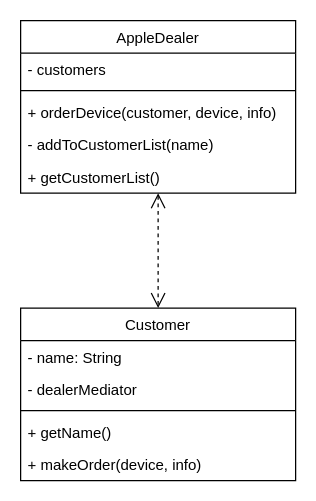
Before: page "Mediator" (6 of 20) of UML Diagrams.drawio in victor2996/Patterns, a draw.io diagram. Source tidied: cells renumbered, new cells numbered last; positions are measured from the earlier drawing's top-left corner, leaving out a move shared by most shapes. Both pictures are drawn from the tidied source at 125%, with x=0, y=0 at pixel (20, 20).
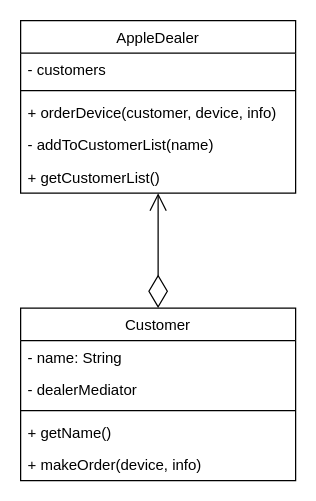
After the change.

Diff of the diagram source:
```diff
@@
 <mxGraphModel>
   <root>
     <mxCell id="0" />
     <mxCell id="1" parent="0" />
     <mxCell id="2" value="AppleDealer" style="swimlane;fontStyle=0;align=center;verticalAlign=top;horizontal=1;startSize=26;" parent="1" vertex="1">
       <mxGeometry width="220" height="138" as="geometry" />
     </mxCell>
     <mxCell id="3" value="- customers" style="text;strokeColor=none;fillColor=none;align=left;verticalAlign=top;spacingLeft=4;spacingRight=4;overflow=hidden;" parent="2" vertex="1">
       <mxGeometry y="26" width="220" height="26" as="geometry" />
     </mxCell>
     <mxCell id="4" style="line;strokeWidth=1;fillColor=none;align=left;verticalAlign=middle;spacingTop=-1;spacingLeft=3;spacingRight=3;labelPosition=right;" parent="2" vertex="1">
       <mxGeometry y="52" width="220" height="8" as="geometry" />
     </mxCell>
     <mxCell id="5" value="+ orderDevice(customer, device, info)" style="text;strokeColor=none;fillColor=none;align=left;verticalAlign=top;spacingLeft=4;spacingRight=4;overflow=hidden;" parent="2" vertex="1">
       <mxGeometry y="60" width="220" height="26" as="geometry" />
     </mxCell>
     <mxCell id="6" value="- addToCustomerList(name)" style="text;strokeColor=none;fillColor=none;align=left;verticalAlign=top;spacingLeft=4;spacingRight=4;overflow=hidden;" parent="2" vertex="1">
       <mxGeometry y="86" width="220" height="26" as="geometry" />
     </mxCell>
     <mxCell id="7" value="+ getCustomerList()" style="text;strokeColor=none;fillColor=none;align=left;verticalAlign=top;spacingLeft=4;spacingRight=4;overflow=hidden;points=[[0,0.5],[1,0.5]];portConstraint=eastwest;" parent="2" vertex="1">
       <mxGeometry y="112" width="220" height="26" as="geometry" />
     </mxCell>
     <mxCell id="8" value="Customer" style="swimlane;fontStyle=0;align=center;verticalAlign=top;horizontal=1;startSize=26;" parent="1" vertex="1">
       <mxGeometry y="230" width="220" height="138" as="geometry" />
     </mxCell>
     <mxCell id="9" value="- name: String" style="text;strokeColor=none;fillColor=none;align=left;verticalAlign=top;spacingLeft=4;spacingRight=4;overflow=hidden;" parent="8" vertex="1">
       <mxGeometry y="26" width="220" height="26" as="geometry" />
     </mxCell>
     <mxCell id="10" value="- dealerMediator" style="text;strokeColor=none;fillColor=none;align=left;verticalAlign=top;spacingLeft=4;spacingRight=4;overflow=hidden;" parent="8" vertex="1">
       <mxGeometry y="52" width="220" height="26" as="geometry" />
     </mxCell>
     <mxCell id="11" style="line;strokeWidth=1;fillColor=none;align=left;verticalAlign=middle;spacingTop=-1;spacingLeft=3;spacingRight=3;labelPosition=right;" parent="8" vertex="1">
       <mxGeometry y="78" width="220" height="8" as="geometry" />
     </mxCell>
     <mxCell id="12" value="+ getName()" style="text;strokeColor=none;fillColor=none;align=left;verticalAlign=top;spacingLeft=4;spacingRight=4;overflow=hidden;" parent="8" vertex="1">
       <mxGeometry y="86" width="220" height="26" as="geometry" />
     </mxCell>
     <mxCell id="13" value="+ makeOrder(device, info)" style="text;strokeColor=none;fillColor=none;align=left;verticalAlign=top;spacingLeft=4;spacingRight=4;overflow=hidden;" parent="8" vertex="1">
       <mxGeometry y="112" width="220" height="26" as="geometry" />
     </mxCell>
-    <mxCell id="14" style="endArrow=open;startArrow=open;endFill=0;startFill=0;html=1;entryX=0.5;entryY=0;entryDx=0;entryDy=0;dashed=1;endSize=10;startSize=10;" parent="1" edge="1" source="7" target="8">
+    <mxCell id="14" style="endArrow=diamondThin;startArrow=open;endFill=0;startFill=0;html=1;entryX=0.5;entryY=0;entryDx=0;entryDy=0;endSize=24;startSize=12;" parent="1" edge="1" source="7" target="8">
       <mxGeometry relative="1" as="geometry" />
     </mxCell>
   </root>
 </mxGraphModel>
```
